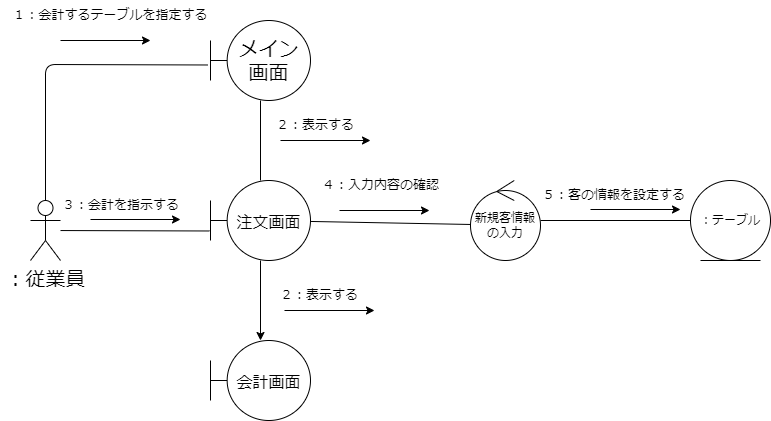
MasakiHiguchi/--- keeps this draw.io diagram as psp4/コミュニケーション図/コミュニケーション図_会計をとる.drawio.png. Above is the earlier version. Source tidied: cells renumbered, new cells last; positions are measured from the earlier drawing's top-left corner, leaving out a move shared by most shapes.
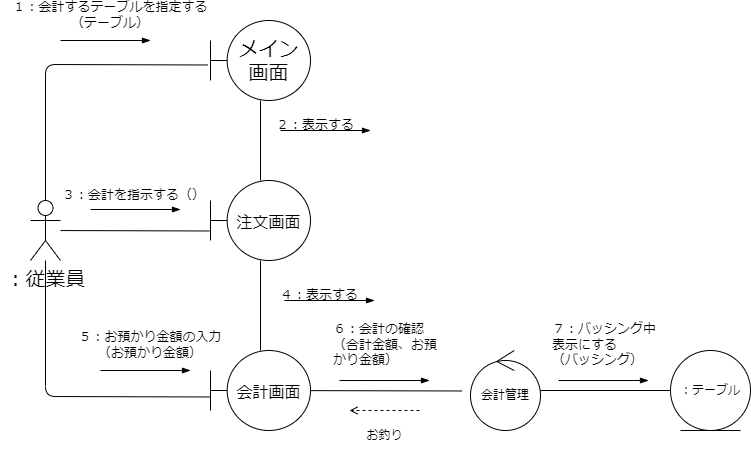
After the commit.

Commit message:
コミュ図会計をとる

Diff of the diagram source:
```diff
@@ -12,6 +12,13 @@
     <mxCell id="3" style="edgeStyle=none;html=1;entryX=-0.01;entryY=0.631;entryDx=0;entryDy=0;entryPerimeter=0;endArrow=none;endFill=0;" parent="1" edge="1" source="4" target="10">
       <mxGeometry relative="1" as="geometry" />
     </mxCell>
+    <mxCell id="26" style="edgeStyle=none;html=1;entryX=0.005;entryY=0.581;entryDx=0;entryDy=0;entryPerimeter=0;endArrow=none;endFill=0;" parent="1" edge="1" source="4" target="23">
+      <mxGeometry relative="1" as="geometry">
+        <Array as="points">
+          <mxPoint x="45" y="396" />
+        </Array>
+      </mxGeometry>
+    </mxCell>
     <mxCell id="4" value="：従業員" style="shape=umlActor;verticalLabelPosition=bottom;verticalAlign=top;html=1;outlineConnect=0;hachureGap=4;fontFamily=Helvetica;fontSize=20;" parent="1" vertex="1">
       <mxGeometry x="30" y="200" width="30" height="60" as="geometry" />
     </mxCell>
@@ -21,13 +28,10 @@
     <mxCell id="6" value="メイン&lt;br&gt;画面" style="shape=umlBoundary;whiteSpace=wrap;html=1;hachureGap=4;fontFamily=Helvetica;fontSize=20;" parent="1" vertex="1">
       <mxGeometry x="210" y="20" width="100" height="80" as="geometry" />
     </mxCell>
-    <mxCell id="7" value="１：会計するテーブルを指定する" style="text;html=1;strokeColor=none;fillColor=none;align=center;verticalAlign=middle;whiteSpace=wrap;rounded=0;hachureGap=4;fontFamily=Architects Daughter;fontSource=https%3A%2F%2Ffonts.googleapis.com%2Fcss%3Ffamily%3DArchitects%2BDaughter;fontSize=13;" parent="1" vertex="1">
+    <mxCell id="7" value="１：会計するテーブルを指定する（テーブル）" style="text;html=1;strokeColor=none;fillColor=none;align=center;verticalAlign=middle;whiteSpace=wrap;rounded=0;hachureGap=4;fontFamily=Architects Daughter;fontSource=https%3A%2F%2Ffonts.googleapis.com%2Fcss%3Ffamily%3DArchitects%2BDaughter;fontSize=13;" parent="1" vertex="1">
       <mxGeometry width="220" height="30" as="geometry" />
     </mxCell>
-    <mxCell id="8" style="edgeStyle=none;html=1;entryX=0.021;entryY=0.55;entryDx=0;entryDy=0;entryPerimeter=0;endArrow=none;endFill=0;" parent="1" edge="1" source="10" target="13">
-      <mxGeometry relative="1" as="geometry" />
-    </mxCell>
-    <mxCell id="9" style="edgeStyle=none;html=1;" parent="1" edge="1" source="10" target="23">
+    <mxCell id="9" style="edgeStyle=none;html=1;endArrow=none;endFill=0;" parent="1" edge="1" source="10" target="23">
       <mxGeometry relative="1" as="geometry" />
     </mxCell>
     <mxCell id="10" value="&lt;font style=&quot;font-size: 16px;&quot;&gt;注文画面&lt;/font&gt;" style="shape=umlBoundary;whiteSpace=wrap;html=1;hachureGap=4;fontFamily=Helvetica;fontSize=20;" parent="1" vertex="1">
@@ -36,65 +40,86 @@
     <mxCell id="11" value="２：表示する" style="text;html=1;strokeColor=none;fillColor=none;align=left;verticalAlign=middle;whiteSpace=wrap;rounded=0;hachureGap=4;fontFamily=Architects Daughter;fontSource=https%3A%2F%2Ffonts.googleapis.com%2Fcss%3Ffamily%3DArchitects%2BDaughter;fontSize=13;" parent="1" vertex="1">
       <mxGeometry x="274" y="110" width="106" height="30" as="geometry" />
     </mxCell>
-    <mxCell id="12" style="edgeStyle=none;html=1;entryX=0;entryY=0.5;entryDx=0;entryDy=0;endArrow=none;endFill=0;" parent="1" edge="1" source="13" target="15">
-      <mxGeometry relative="1" as="geometry" />
-    </mxCell>
-    <mxCell id="13" value="新規客情報の入力" style="ellipse;shape=umlControl;whiteSpace=wrap;html=1;" parent="1" vertex="1">
-      <mxGeometry x="470" y="180" width="70" height="80" as="geometry" />
-    </mxCell>
-    <mxCell id="14" value="３：会計を指示する" style="text;html=1;strokeColor=none;fillColor=none;align=left;verticalAlign=middle;whiteSpace=wrap;rounded=0;hachureGap=4;fontFamily=Architects Daughter;fontSource=https%3A%2F%2Ffonts.googleapis.com%2Fcss%3Ffamily%3DArchitects%2BDaughter;fontSize=13;" parent="1" vertex="1">
-      <mxGeometry x="60" y="190" width="160" height="30" as="geometry" />
+    <mxCell id="14" value="３：会計を指示する（）" style="text;html=1;strokeColor=none;fillColor=none;align=left;verticalAlign=middle;whiteSpace=wrap;rounded=0;hachureGap=4;fontFamily=Architects Daughter;fontSource=https%3A%2F%2Ffonts.googleapis.com%2Fcss%3Ffamily%3DArchitects%2BDaughter;fontSize=13;" parent="1" vertex="1">
+      <mxGeometry x="60" y="180" width="160" height="30" as="geometry" />
     </mxCell>
-    <mxCell id="15" value="：テーブル" style="ellipse;shape=umlEntity;whiteSpace=wrap;html=1;" parent="1" vertex="1">
-      <mxGeometry x="690" y="180" width="80" height="80" as="geometry" />
-    </mxCell>
-    <mxCell id="16" value="４：入力内容の確認&lt;span style=&quot;color: rgba(0, 0, 0, 0); font-family: monospace; font-size: 0px;&quot;&gt;%3CmxGraphModel%3E%3Croot%3E%3CmxCell%20id%3D%220%22%2F%3E%3CmxCell%20id%3D%221%22%20parent%3D%220%22%2F%3E%3CmxCell%20id%3D%222%22%20value%3D%22%EF%BC%93%EF%BC%9A%E5%AE%A2%E3%81%AE%E6%83%85%E5%A0%B1%E3%82%92%E5%85%A5%E5%8A%9B%E3%81%99%E3%82%8B%22%20style%3D%22text%3Bhtml%3D1%3BstrokeColor%3Dnone%3BfillColor%3Dnone%3Balign%3Dleft%3BverticalAlign%3Dmiddle%3BwhiteSpace%3Dwrap%3Brounded%3D0%3BhachureGap%3D4%3BfontFamily%3DArchitects%20Daughter%3BfontSource%3Dhttps%253A%252F%252Ffonts.googleapis.com%252Fcss%253Ffamily%253DArchitects%252BDaughter%3BfontSize%3D13%3B%22%20vertex%3D%221%22%20parent%3D%221%22%3E%3CmxGeometry%20x%3D%2290%22%20y%3D%22280%22%20width%3D%22160%22%20height%3D%2230%22%20as%3D%22geometry%22%2F%3E%3C%2FmxCell%3E%3C%2Froot%3E%3C%2FmxGraphModel%3E&lt;/span&gt;" style="text;html=1;strokeColor=none;fillColor=none;align=left;verticalAlign=middle;whiteSpace=wrap;rounded=0;hachureGap=4;fontFamily=Architects Daughter;fontSource=https%3A%2F%2Ffonts.googleapis.com%2Fcss%3Ffamily%3DArchitects%2BDaughter;fontSize=13;" parent="1" vertex="1">
-      <mxGeometry x="320" y="170" width="160" height="30" as="geometry" />
-    </mxCell>
-    <mxCell id="17" value="５：客の情報を設定する" style="text;html=1;strokeColor=none;fillColor=none;align=left;verticalAlign=middle;whiteSpace=wrap;rounded=0;hachureGap=4;fontFamily=Architects Daughter;fontSource=https%3A%2F%2Ffonts.googleapis.com%2Fcss%3Ffamily%3DArchitects%2BDaughter;fontSize=13;" parent="1" vertex="1">
-      <mxGeometry x="540" y="180" width="160" height="30" as="geometry" />
-    </mxCell>
-    <mxCell id="18" style="endArrow=classic;html=1;" parent="1" edge="1">
+    <mxCell id="18" style="endArrow=blockThin;html=1;endFill=1;" parent="1" edge="1">
       <mxGeometry relative="1" as="geometry">
         <mxPoint x="60" y="40" as="sourcePoint" />
         <mxPoint x="150" y="40" as="targetPoint" />
       </mxGeometry>
     </mxCell>
-    <mxCell id="19" style="endArrow=classic;html=1;" parent="1" edge="1">
-      <mxGeometry relative="1" as="geometry">
-        <mxPoint x="590" y="209" as="sourcePoint" />
-        <mxPoint x="680" y="209" as="targetPoint" />
-      </mxGeometry>
-    </mxCell>
-    <mxCell id="20" style="endArrow=classic;html=1;" parent="1" edge="1">
-      <mxGeometry relative="1" as="geometry">
-        <mxPoint x="339" y="210" as="sourcePoint" />
-        <mxPoint x="429" y="210" as="targetPoint" />
-      </mxGeometry>
-    </mxCell>
-    <mxCell id="21" style="endArrow=classic;html=1;" parent="1" edge="1">
+    <mxCell id="21" style="endArrow=blockThin;html=1;endFill=1;" parent="1" edge="1">
       <mxGeometry relative="1" as="geometry">
-        <mxPoint x="280" y="140" as="sourcePoint" />
-        <mxPoint x="370" y="140" as="targetPoint" />
+        <mxPoint x="280" y="130" as="sourcePoint" />
+        <mxPoint x="370" y="130" as="targetPoint" />
       </mxGeometry>
     </mxCell>
-    <mxCell id="22" style="endArrow=classic;html=1;" parent="1" edge="1">
+    <mxCell id="22" style="endArrow=blockThin;html=1;endFill=1;" parent="1" edge="1">
       <mxGeometry relative="1" as="geometry">
-        <mxPoint x="90" y="219" as="sourcePoint" />
-        <mxPoint x="180" y="219" as="targetPoint" />
+        <mxPoint x="90" y="209" as="sourcePoint" />
+        <mxPoint x="180" y="209" as="targetPoint" />
       </mxGeometry>
     </mxCell>
+    <mxCell id="27" style="edgeStyle=none;html=1;entryX=-0.121;entryY=0.506;entryDx=0;entryDy=0;entryPerimeter=0;endArrow=none;endFill=0;" parent="1" edge="1" source="23" target="31">
+      <mxGeometry relative="1" as="geometry" />
+    </mxCell>
     <mxCell id="23" value="&lt;font style=&quot;font-size: 16px;&quot;&gt;会計画面&lt;/font&gt;" style="shape=umlBoundary;whiteSpace=wrap;html=1;hachureGap=4;fontFamily=Helvetica;fontSize=20;" parent="1" vertex="1">
-      <mxGeometry x="210" y="340" width="100" height="80" as="geometry" />
+      <mxGeometry x="210" y="350" width="100" height="80" as="geometry" />
     </mxCell>
-    <mxCell id="24" value="２：表示する" style="text;html=1;strokeColor=none;fillColor=none;align=left;verticalAlign=middle;whiteSpace=wrap;rounded=0;hachureGap=4;fontFamily=Architects Daughter;fontSource=https%3A%2F%2Ffonts.googleapis.com%2Fcss%3Ffamily%3DArchitects%2BDaughter;fontSize=13;" parent="1" vertex="1">
+    <mxCell id="24" value="４：表示する" style="text;html=1;strokeColor=none;fillColor=none;align=left;verticalAlign=middle;whiteSpace=wrap;rounded=0;hachureGap=4;fontFamily=Architects Daughter;fontSource=https%3A%2F%2Ffonts.googleapis.com%2Fcss%3Ffamily%3DArchitects%2BDaughter;fontSize=13;" parent="1" vertex="1">
       <mxGeometry x="278" y="280" width="106" height="30" as="geometry" />
     </mxCell>
-    <mxCell id="25" style="endArrow=classic;html=1;" parent="1" edge="1">
+    <mxCell id="25" style="endArrow=blockThin;html=1;endFill=1;" parent="1" edge="1">
       <mxGeometry relative="1" as="geometry">
-        <mxPoint x="284" y="310" as="sourcePoint" />
-        <mxPoint x="374" y="310" as="targetPoint" />
+        <mxPoint x="284" y="300" as="sourcePoint" />
+        <mxPoint x="374" y="300" as="targetPoint" />
       </mxGeometry>
     </mxCell>
+    <mxCell id="28" value="５：お預かり金額の入力&lt;br&gt;（お預かり金額）" style="text;html=1;strokeColor=none;fillColor=none;align=center;verticalAlign=middle;whiteSpace=wrap;rounded=0;hachureGap=4;fontFamily=Architects Daughter;fontSource=https%3A%2F%2Ffonts.googleapis.com%2Fcss%3Ffamily%3DArchitects%2BDaughter;fontSize=13;" parent="1" vertex="1">
+      <mxGeometry x="40" y="330" width="220" height="30" as="geometry" />
+    </mxCell>
+    <mxCell id="29" style="endArrow=blockThin;html=1;endFill=1;" parent="1" edge="1">
+      <mxGeometry relative="1" as="geometry">
+        <mxPoint x="100" y="370" as="sourcePoint" />
+        <mxPoint x="190" y="370" as="targetPoint" />
+      </mxGeometry>
+    </mxCell>
+    <mxCell id="30" style="edgeStyle=none;html=1;entryX=0;entryY=0.5;entryDx=0;entryDy=0;endArrow=none;endFill=0;" parent="1" edge="1" source="31" target="15">
+      <mxGeometry relative="1" as="geometry" />
+    </mxCell>
+    <mxCell id="31" value="会計管理" style="ellipse;shape=umlControl;whiteSpace=wrap;html=1;" parent="1" vertex="1">
+      <mxGeometry x="470" y="350" width="70" height="80" as="geometry" />
+    </mxCell>
+    <mxCell id="15" value="：テーブル" style="ellipse;shape=umlEntity;whiteSpace=wrap;html=1;" parent="1" vertex="1">
+      <mxGeometry x="670" y="350" width="80" height="80" as="geometry" />
+    </mxCell>
+    <mxCell id="32" value="６：会計の確認（合計金額、お預かり金額）" style="text;html=1;strokeColor=none;fillColor=none;align=left;verticalAlign=middle;whiteSpace=wrap;rounded=0;hachureGap=4;fontFamily=Architects Daughter;fontSource=https%3A%2F%2Ffonts.googleapis.com%2Fcss%3Ffamily%3DArchitects%2BDaughter;fontSize=13;" parent="1" vertex="1">
+      <mxGeometry x="331" y="330" width="106" height="30" as="geometry" />
+    </mxCell>
+    <mxCell id="33" style="endArrow=blockThin;html=1;endFill=1;" parent="1" edge="1">
+      <mxGeometry relative="1" as="geometry">
+        <mxPoint x="339" y="380" as="sourcePoint" />
+        <mxPoint x="429" y="380" as="targetPoint" />
+      </mxGeometry>
+    </mxCell>
+    <mxCell id="34" style="endArrow=open;dashed=1;html=1;endFill=0;" parent="1" edge="1">
+      <mxGeometry relative="1" as="geometry">
+        <mxPoint x="419" y="410" as="sourcePoint" />
+        <mxPoint x="349" y="410" as="targetPoint" />
+      </mxGeometry>
+    </mxCell>
+    <mxCell id="35" value="お釣り" style="text;html=1;align=center;verticalAlign=middle;strokeColor=none;fillColor=none;" parent="1" vertex="1">
+      <mxGeometry x="354" y="420" width="60" height="30" as="geometry" />
+    </mxCell>
+    <mxCell id="36" value="７：バッシング中表示にする&lt;br&gt;（バッシング）" style="text;html=1;strokeColor=none;fillColor=none;align=left;verticalAlign=middle;whiteSpace=wrap;rounded=0;hachureGap=4;fontFamily=Architects Daughter;fontSource=https%3A%2F%2Ffonts.googleapis.com%2Fcss%3Ffamily%3DArchitects%2BDaughter;fontSize=13;" parent="1" vertex="1">
+      <mxGeometry x="550" y="330" width="106" height="30" as="geometry" />
+    </mxCell>
+    <mxCell id="37" style="endArrow=blockThin;html=1;endFill=1;" parent="1" edge="1">
+      <mxGeometry relative="1" as="geometry">
+        <mxPoint x="558" y="380" as="sourcePoint" />
+        <mxPoint x="648" y="380" as="targetPoint" />
+      </mxGeometry>
+    </mxCell>
   </root>
 </mxGraphModel>
```
